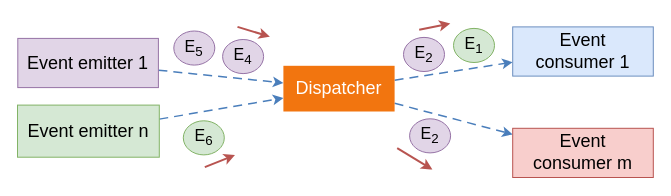
Above: diagrams/architecture/architecturalStyles/eventDriven/what/eventDriven.drawio in se-edu/se-book (draw.io), before the change. Source tidied: cells renumbered, new cells numbered last; positions are measured from the earlier drawing's top-left corner, leaving out a move shared by most shapes. Both pictures are drawn from the tidied source at 100%, with x=0, y=0 at pixel (17, 23).
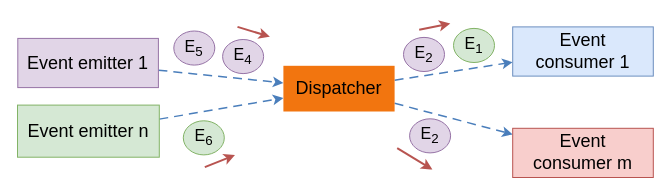
After the change.

Change to the diagram source:
```diff
@@
-    <mxCell id="8" value="Dispatcher" style="rounded=0;whiteSpace=wrap;html=0;fillColor=#F2750F;strokeColor=none;fontColor=#FFFFFF;fontSize=18;fontFamily=Helvetica;" parent="1" vertex="1">
+    <mxCell id="8" value="Dispatcher" style="rounded=0;whiteSpace=wrap;html=0;fillColor=#F2750F;strokeColor=none;fontColor=#000000;fontSize=18;fontFamily=Helvetica;" parent="1" vertex="1">
       <mxGeometry x="265.9" y="42.3" width="111.2" height="45.7" as="geometry" />
     </mxCell>
```
